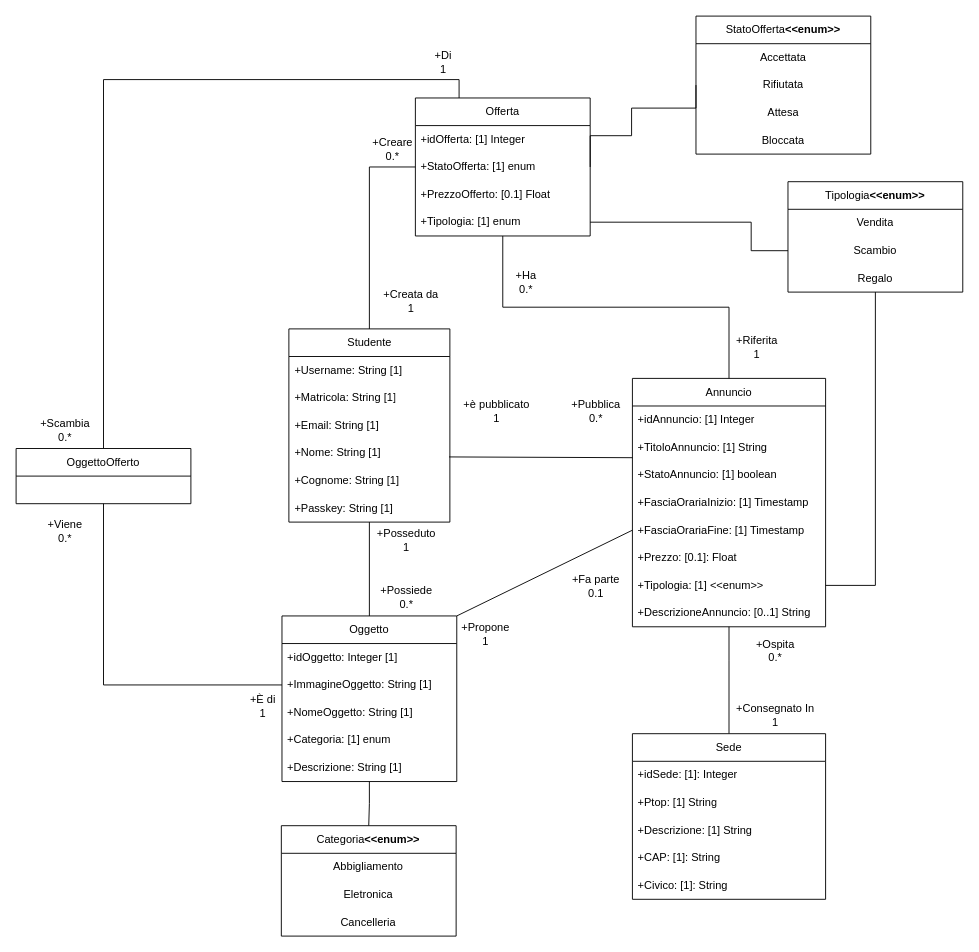
Before: UML_Ristrutturato.drawio in giuseeee88/UninaSwap-BDD, a draw.io diagram. Source tidied: cells renumbered, new cells numbered last; positions are measured from the earlier drawing's top-left corner, leaving out a move shared by most shapes. Both pictures are drawn from the tidied source at 92%, with x=0, y=0 at pixel (16, 16).
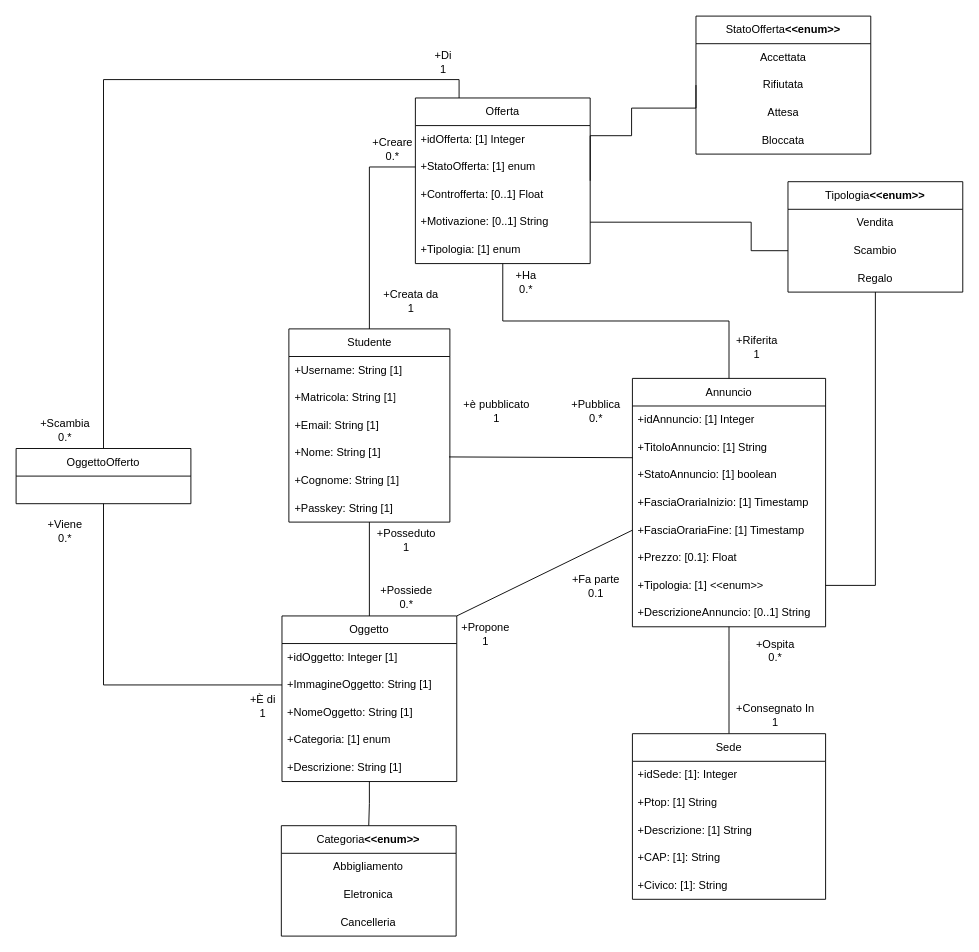
The same diagram, later.

Commit message (it also covers changes not shown here):
Modifica UML non ristrutturato

Unchanged cells that the change refers to:
```xml
<mxCell id="6" value="+Nome: String [1]" style="text;strokeColor=none;fillColor=none;align=left;verticalAlign=middle;spacingLeft=4;spacingRight=4;overflow=hidden;points=[[0,0.5],[1,0.5]];portConstraint=eastwest;whiteSpace=wrap;html=1;" parent="2" vertex="1">
  <mxGeometry y="120" width="175" height="30" as="geometry" />
</mxCell>
<mxCell id="68" value="Scambio" style="text;strokeColor=none;fillColor=none;align=center;verticalAlign=middle;spacingLeft=4;spacingRight=4;overflow=hidden;points=[[0,0.5],[1,0.5]];portConstraint=eastwest;whiteSpace=wrap;html=1;" parent="66" vertex="1">
  <mxGeometry y="60" width="190" height="30" as="geometry" />
</mxCell>
```

The edit, as a diff of the source:
```diff
@@
-    <mxCell id="26" style="endArrow=none;html=1;rounded=0;entryX=0.995;entryY=0.639;entryDx=0;entryDy=0;entryPerimeter=0;" parent="1" edge="1" target="6">
-      <mxGeometry relative="1" as="geometry">
-        <mxPoint x="670" y="480" as="sourcePoint" />
-      </mxGeometry>
-    </mxCell>
+    <mxCell id="77" style="endArrow=none;html=1;rounded=0;entryX=0.995;entryY=0.639;entryDx=0;entryDy=0;entryPerimeter=0;" parent="1" edge="1" target="6">
+      <mxGeometry relative="1" as="geometry">
+        <mxPoint x="670" y="480" as="sourcePoint" />
+      </mxGeometry>
+    </mxCell>
@@
     <mxCell id="30" value="Offerta" style="swimlane;fontStyle=0;horizontal=1;startSize=30;whiteSpace=wrap;html=1;" parent="1" vertex="1">
-      <mxGeometry x="434" y="89" width="190" height="150" as="geometry" />
+      <mxGeometry x="434" y="89" width="190" height="180" as="geometry" />
     </mxCell>
@@
-    <mxCell id="33" value="+PrezzoOfferto: [0.1] Float" style="text;strokeColor=none;fillColor=none;align=left;verticalAlign=middle;spacingLeft=4;spacingRight=4;overflow=hidden;whiteSpace=wrap;html=1;" parent="30" vertex="1">
-      <mxGeometry y="90" width="190" height="30" as="geometry" />
-    </mxCell>
+    <mxCell id="78" value="+Controfferta: [0..1] Float" style="text;strokeColor=none;fillColor=none;align=left;verticalAlign=middle;spacingLeft=4;spacingRight=4;overflow=hidden;whiteSpace=wrap;html=1;" parent="30" vertex="1">
+      <mxGeometry y="90" width="190" height="30" as="geometry" />
+    </mxCell>
+    <mxCell id="79" value="+Motivazione: [0..1] String" style="text;strokeColor=none;fillColor=none;align=left;verticalAlign=middle;spacingLeft=4;spacingRight=4;overflow=hidden;whiteSpace=wrap;html=1;" parent="30" vertex="1">
+      <mxGeometry y="120" width="190" height="30" as="geometry" />
+    </mxCell>
     <mxCell id="34" value="+Tipologia: [1] enum" style="text;strokeColor=none;fillColor=none;align=left;verticalAlign=middle;spacingLeft=4;spacingRight=4;overflow=hidden;whiteSpace=wrap;html=1;" parent="30" vertex="1">
-      <mxGeometry y="120" width="190" height="30" as="geometry" />
+      <mxGeometry y="150" width="190" height="30" as="geometry" />
     </mxCell>
@@
-    <mxCell id="70" style="edgeStyle=orthogonalEdgeStyle;rounded=0;jettySize=auto;html=1;exitX=1;exitY=0.5;exitDx=0;exitDy=0;entryX=0;entryY=0.5;entryDx=0;entryDy=0;endArrow=none;startFill=0;" parent="1" edge="1" target="68">
-      <mxGeometry relative="1" as="geometry">
-        <mxPoint x="624" y="224" as="sourcePoint" />
-        <Array as="points">
-          <mxPoint x="799" y="224" />
-        </Array>
-      </mxGeometry>
-    </mxCell>
+    <mxCell id="80" style="edgeStyle=orthogonalEdgeStyle;rounded=0;jettySize=auto;html=1;exitX=1;exitY=0.5;exitDx=0;exitDy=0;entryX=0;entryY=0.5;entryDx=0;entryDy=0;endArrow=none;startFill=0;" parent="1" edge="1" target="68">
+      <mxGeometry relative="1" as="geometry">
+        <mxPoint x="624" y="224" as="sourcePoint" />
+        <Array as="points">
+          <mxPoint x="799" y="224" />
+        </Array>
+      </mxGeometry>
+    </mxCell>
```
